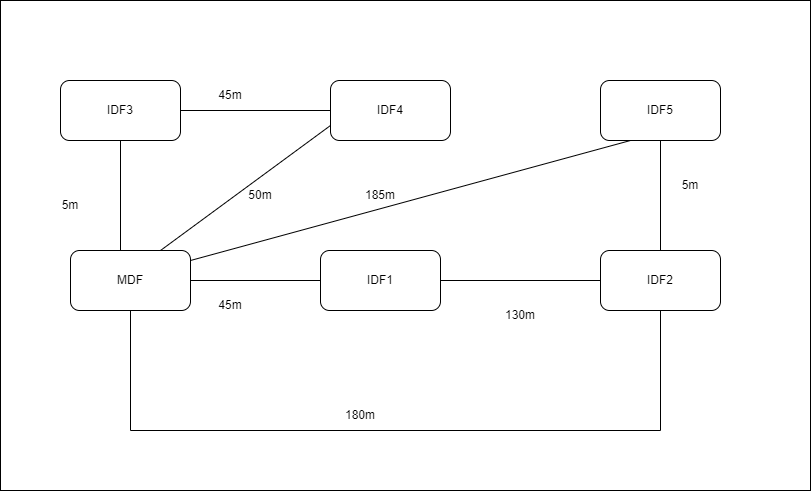
Above: DF.png in CSavu/Proiect-CPNP (draw.io), before the change. Source tidied: cells renumbered, new cells last; positions are measured from the earlier drawing's top-left corner, leaving out a move shared by most shapes.
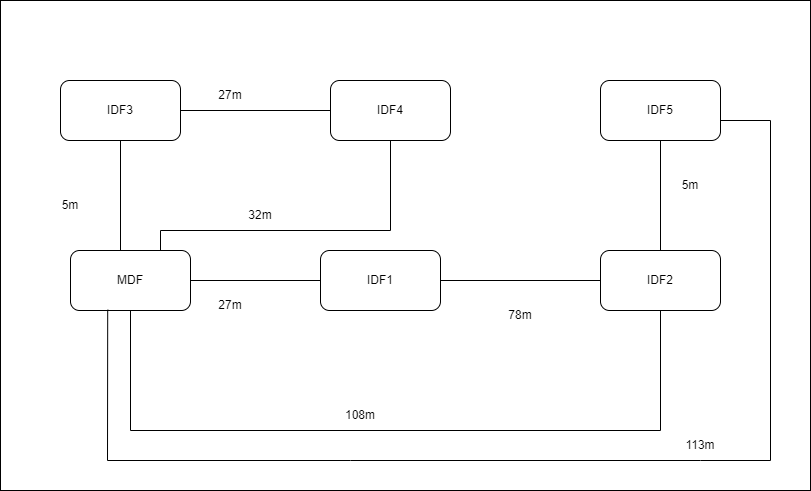
The same file after the commit.

The edit, as a diff of the source:
```diff
@@ -42,12 +42,24 @@
         <mxPoint x="120" y="250" as="sourcePoint" />
       </mxGeometry>
     </mxCell>
-    <mxCell id="14" style="endArrow=none;html=1;rounded=0;exitX=0.75;exitY=0;exitDx=0;exitDy=0;entryX=0;entryY=0.75;entryDx=0;entryDy=0;" parent="1" edge="1" source="3" target="7">
-      <mxGeometry relative="1" as="geometry" />
+    <mxCell id="14" style="endArrow=none;html=1;rounded=0;exitX=0.75;exitY=0;exitDx=0;exitDy=0;" parent="1" edge="1" source="3" target="7">
+      <mxGeometry relative="1" as="geometry">
+        <Array as="points">
+          <mxPoint x="160" y="230" />
+          <mxPoint x="390" y="230" />
+        </Array>
+      </mxGeometry>
     </mxCell>
-    <mxCell id="15" style="endArrow=none;html=1;rounded=0;entryX=0.25;entryY=1;entryDx=0;entryDy=0;" parent="1" edge="1" target="8">
+    <mxCell id="15" style="endArrow=none;html=1;rounded=0;exitX=0.31;exitY=0.987;exitDx=0;exitDy=0;exitPerimeter=0;" parent="1" edge="1" source="3">
       <mxGeometry relative="1" as="geometry">
-        <mxPoint x="190" y="260" as="sourcePoint" />
+        <mxPoint x="720" y="120" as="targetPoint" />
+        <Array as="points">
+          <mxPoint x="107" y="460" />
+          <mxPoint x="350" y="460" />
+          <mxPoint x="700" y="460" />
+          <mxPoint x="770" y="460" />
+          <mxPoint x="770" y="120" />
+        </Array>
       </mxGeometry>
     </mxCell>
     <mxCell id="16" style="endArrow=none;html=1;rounded=0;exitX=0.5;exitY=1;exitDx=0;exitDy=0;entryX=0.5;entryY=1;entryDx=0;entryDy=0;" parent="1" edge="1" source="3" target="5">
@@ -61,26 +73,26 @@
     <mxCell id="17" value="5m" style="text;html=1;align=center;verticalAlign=middle;whiteSpace=wrap;rounded=0;" parent="1" vertex="1">
       <mxGeometry x="40" y="190" width="60" height="30" as="geometry" />
     </mxCell>
-    <mxCell id="18" value="45m" style="text;html=1;align=center;verticalAlign=middle;whiteSpace=wrap;rounded=0;" parent="1" vertex="1">
+    <mxCell id="18" value="27m" style="text;html=1;align=center;verticalAlign=middle;whiteSpace=wrap;rounded=0;" parent="1" vertex="1">
       <mxGeometry x="200" y="290" width="60" height="30" as="geometry" />
     </mxCell>
-    <mxCell id="19" value="130m" style="text;html=1;align=center;verticalAlign=middle;whiteSpace=wrap;rounded=0;" parent="1" vertex="1">
+    <mxCell id="19" value="78m" style="text;html=1;align=center;verticalAlign=middle;whiteSpace=wrap;rounded=0;" parent="1" vertex="1">
       <mxGeometry x="490" y="300" width="60" height="30" as="geometry" />
     </mxCell>
-    <mxCell id="20" value="180m" style="text;html=1;align=center;verticalAlign=middle;whiteSpace=wrap;rounded=0;" parent="1" vertex="1">
+    <mxCell id="20" value="108m" style="text;html=1;align=center;verticalAlign=middle;whiteSpace=wrap;rounded=0;" parent="1" vertex="1">
       <mxGeometry x="330" y="400" width="60" height="30" as="geometry" />
     </mxCell>
-    <mxCell id="21" value="45m" style="text;html=1;align=center;verticalAlign=middle;whiteSpace=wrap;rounded=0;" parent="1" vertex="1">
+    <mxCell id="21" value="27m" style="text;html=1;align=center;verticalAlign=middle;whiteSpace=wrap;rounded=0;" parent="1" vertex="1">
       <mxGeometry x="200" y="80" width="60" height="30" as="geometry" />
     </mxCell>
-    <mxCell id="22" value="50m" style="text;html=1;align=center;verticalAlign=middle;whiteSpace=wrap;rounded=0;" parent="1" vertex="1">
-      <mxGeometry x="230" y="180" width="60" height="30" as="geometry" />
+    <mxCell id="22" value="32m" style="text;html=1;align=center;verticalAlign=middle;whiteSpace=wrap;rounded=0;" parent="1" vertex="1">
+      <mxGeometry x="230" y="200" width="60" height="30" as="geometry" />
     </mxCell>
     <mxCell id="23" value="5m" style="text;html=1;align=center;verticalAlign=middle;whiteSpace=wrap;rounded=0;" parent="1" vertex="1">
       <mxGeometry x="660" y="170" width="60" height="30" as="geometry" />
     </mxCell>
-    <mxCell id="24" value="185m" style="text;html=1;align=center;verticalAlign=middle;whiteSpace=wrap;rounded=0;" parent="1" vertex="1">
-      <mxGeometry x="350" y="180" width="60" height="30" as="geometry" />
+    <mxCell id="24" value="113m" style="text;html=1;align=center;verticalAlign=middle;whiteSpace=wrap;rounded=0;" parent="1" vertex="1">
+      <mxGeometry x="670" y="430" width="60" height="30" as="geometry" />
     </mxCell>
   </root>
 </mxGraphModel>
```
